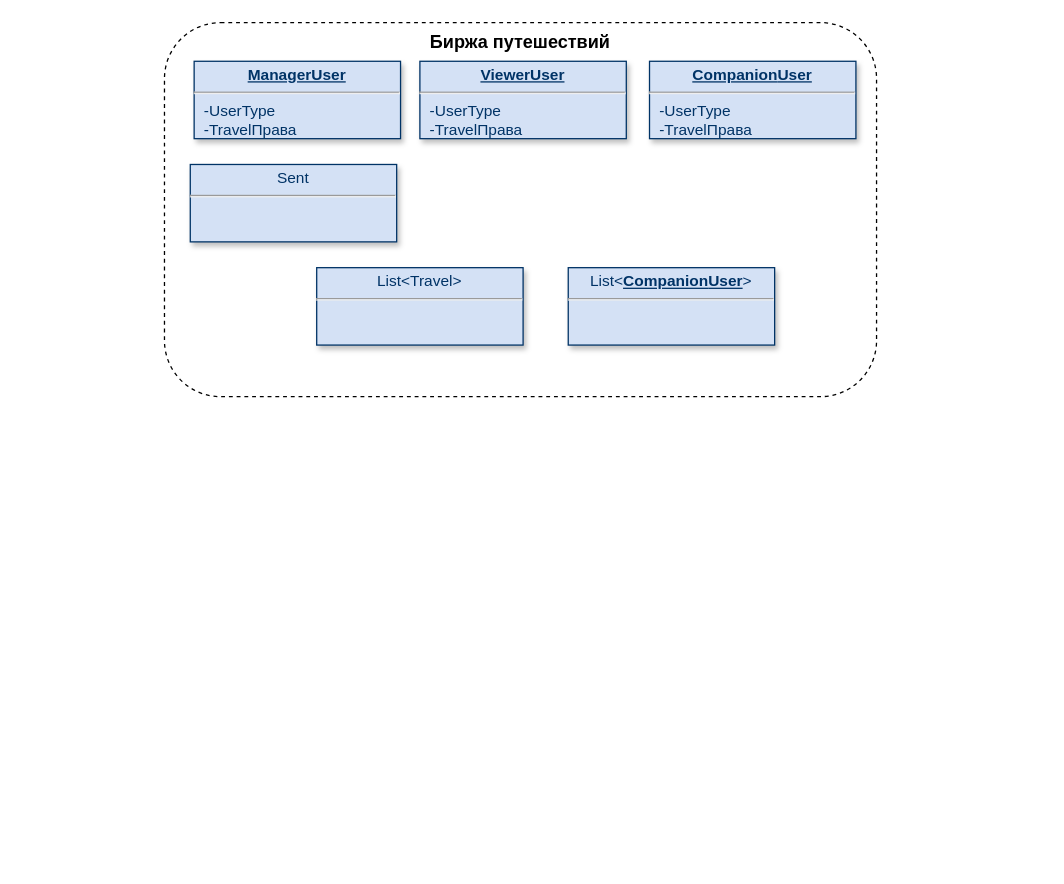
Above: page "TravelExchange" (5 of 7) of Team-Pragmatics-Otus.drawio in AATerekhov/Team-Pragmatics-Otus (draw.io), before the change. Source tidied: cells renumbered, new cells numbered last; positions are measured from the earlier drawing's top-left corner, leaving out a move shared by most shapes. Both pictures are drawn from the tidied source at 129%, with x=0, y=0 at pixel (164, 22).
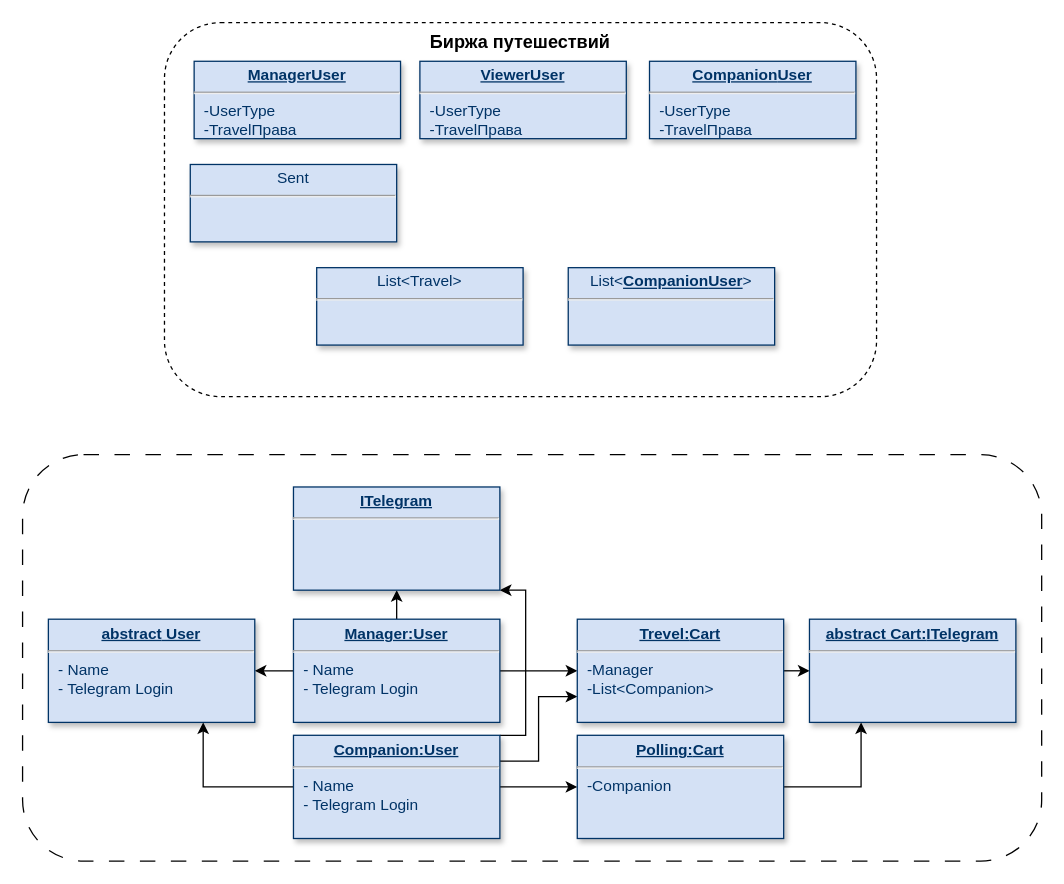
After the change.

Commit message (it also covers changes not shown here):
Telegram-Биржа Team-Pragmatics-Otus.drawio

The edit, as a diff of the source:
```diff
@@
+    <mxCell id="10" style="rounded=1;whiteSpace=wrap;html=1;fillColor=none;dashed=1;dashPattern=12 12;" parent="1" vertex="1">
+      <mxGeometry x="-110" y="335" width="790" height="315" as="geometry" />
+    </mxCell>
+    <mxCell id="11" style="edgeStyle=orthogonalEdgeStyle;rounded=0;jettySize=auto;html=1;" parent="1" edge="1" source="15" target="12">
+      <mxGeometry relative="1" as="geometry" />
+    </mxCell>
+    <mxCell id="12" value="&lt;p style=&quot;text-align: center; margin: 4px 0px 0px;&quot;&gt;&lt;span style=&quot;background-color: initial; text-align: left;&quot;&gt;&lt;b&gt;&lt;u&gt;abstract&lt;/u&gt;&lt;/b&gt;&lt;/span&gt;&lt;b&gt;&lt;u&gt;&amp;nbsp;User&lt;/u&gt;&lt;/b&gt;&lt;/p&gt;&lt;hr&gt;&lt;p style=&quot;margin: 0px; margin-left: 8px;&quot;&gt;&lt;span style=&quot;background-color: initial;&quot;&gt;- Name&lt;/span&gt;&lt;br&gt;&lt;/p&gt;&lt;p style=&quot;margin: 0px; margin-left: 8px;&quot;&gt;- Telegram Login&lt;span style=&quot;background-color: initial;&quot;&gt;&lt;br&gt;&lt;/span&gt;&lt;/p&gt;" style="verticalAlign=top;align=left;overflow=fill;fontSize=12;fontFamily=Helvetica;html=1;strokeColor=#003366;shadow=1;fillColor=#D4E1F5;fontColor=#003366;" parent="1" vertex="1">
+      <mxGeometry x="-90" y="462.5" width="160" height="80" as="geometry" />
+    </mxCell>
+    <mxCell id="13" style="edgeStyle=orthogonalEdgeStyle;rounded=0;jettySize=auto;html=1;" parent="1" edge="1" source="15" target="22">
+      <mxGeometry relative="1" as="geometry" />
+    </mxCell>
+    <mxCell id="14" style="edgeStyle=orthogonalEdgeStyle;rounded=0;jettySize=auto;html=1;exitX=0.5;exitY=0;exitDx=0;exitDy=0;" parent="1" edge="1" source="15" target="24">
+      <mxGeometry relative="1" as="geometry" />
+    </mxCell>
+    <mxCell id="15" value="&lt;p style=&quot;text-align: center; margin: 4px 0px 0px;&quot;&gt;&lt;b&gt;&lt;u&gt;Manager:User&lt;/u&gt;&lt;/b&gt;&lt;/p&gt;&lt;hr&gt;&lt;p style=&quot;margin: 0px; margin-left: 8px;&quot;&gt;&lt;span style=&quot;background-color: initial;&quot;&gt;- Name&lt;/span&gt;&lt;br&gt;&lt;/p&gt;&lt;p style=&quot;margin: 0px; margin-left: 8px;&quot;&gt;- Telegram Login&lt;span style=&quot;background-color: initial;&quot;&gt;&lt;br&gt;&lt;/span&gt;&lt;/p&gt;" style="verticalAlign=top;align=left;overflow=fill;fontSize=12;fontFamily=Helvetica;html=1;strokeColor=#003366;shadow=1;fillColor=#D4E1F5;fontColor=#003366;" parent="1" vertex="1">
+      <mxGeometry x="100" y="462.5" width="160" height="80" as="geometry" />
+    </mxCell>
+    <mxCell id="16" style="edgeStyle=orthogonalEdgeStyle;rounded=0;jettySize=auto;html=1;exitX=0;exitY=0.5;exitDx=0;exitDy=0;entryX=0.75;entryY=1;entryDx=0;entryDy=0;" parent="1" edge="1" source="20" target="12">
+      <mxGeometry relative="1" as="geometry" />
+    </mxCell>
+    <mxCell id="17" style="edgeStyle=orthogonalEdgeStyle;rounded=0;jettySize=auto;html=1;exitX=1;exitY=0.5;exitDx=0;exitDy=0;entryX=0;entryY=0.5;entryDx=0;entryDy=0;" parent="1" edge="1" source="20" target="26">
+      <mxGeometry relative="1" as="geometry" />
+    </mxCell>
+    <mxCell id="18" style="edgeStyle=orthogonalEdgeStyle;rounded=0;jettySize=auto;html=1;exitX=1;exitY=0.25;exitDx=0;exitDy=0;entryX=0;entryY=0.75;entryDx=0;entryDy=0;" parent="1" edge="1" source="20" target="22">
+      <mxGeometry relative="1" as="geometry">
+        <Array as="points">
+          <mxPoint x="290" y="573" />
+          <mxPoint x="290" y="523" />
+        </Array>
+      </mxGeometry>
+    </mxCell>
+    <mxCell id="19" style="edgeStyle=orthogonalEdgeStyle;rounded=0;jettySize=auto;html=1;exitX=1;exitY=0;exitDx=0;exitDy=0;entryX=1;entryY=1;entryDx=0;entryDy=0;" parent="1" edge="1" source="20" target="24">
+      <mxGeometry relative="1" as="geometry">
+        <Array as="points">
+          <mxPoint x="280" y="553" />
+          <mxPoint x="280" y="440" />
+        </Array>
+      </mxGeometry>
+    </mxCell>
+    <mxCell id="20" value="&lt;p style=&quot;text-align: center; margin: 4px 0px 0px;&quot;&gt;&lt;span style=&quot;background-color: initial; text-align: left;&quot;&gt;&lt;b&gt;&lt;u&gt;Сompanion&lt;/u&gt;&lt;/b&gt;&lt;/span&gt;&lt;b&gt;&lt;u&gt;:User&lt;/u&gt;&lt;/b&gt;&lt;/p&gt;&lt;hr&gt;&lt;p style=&quot;margin: 0px; margin-left: 8px;&quot;&gt;&lt;span style=&quot;background-color: initial;&quot;&gt;- Name&lt;/span&gt;&lt;br&gt;&lt;/p&gt;&lt;p style=&quot;margin: 0px; margin-left: 8px;&quot;&gt;- Telegram Login&lt;span style=&quot;background-color: initial;&quot;&gt;&lt;br&gt;&lt;/span&gt;&lt;/p&gt;" style="verticalAlign=top;align=left;overflow=fill;fontSize=12;fontFamily=Helvetica;html=1;strokeColor=#003366;shadow=1;fillColor=#D4E1F5;fontColor=#003366;" parent="1" vertex="1">
+      <mxGeometry x="100" y="552.5" width="160" height="80" as="geometry" />
+    </mxCell>
+    <mxCell id="21" style="edgeStyle=orthogonalEdgeStyle;rounded=0;jettySize=auto;html=1;exitX=1;exitY=0.5;exitDx=0;exitDy=0;entryX=0;entryY=0.5;entryDx=0;entryDy=0;" parent="1" edge="1" source="22" target="23">
+      <mxGeometry relative="1" as="geometry" />
+    </mxCell>
+    <mxCell id="22" value="&lt;p style=&quot;text-align: center; margin: 4px 0px 0px;&quot;&gt;&lt;b&gt;&lt;u&gt;Trevel:&lt;/u&gt;&lt;/b&gt;&lt;b style=&quot;background-color: initial;&quot;&gt;&lt;u&gt;Cart&lt;/u&gt;&lt;/b&gt;&lt;/p&gt;&lt;hr&gt;&lt;p style=&quot;margin: 0px; margin-left: 8px;&quot;&gt;-Manager&lt;/p&gt;&lt;p style=&quot;margin: 0px; margin-left: 8px;&quot;&gt;-List&amp;lt;&lt;span style=&quot;background-color: initial;&quot;&gt;Companion&lt;/span&gt;&lt;span style=&quot;background-color: initial;&quot;&gt;&amp;gt;&lt;/span&gt;&lt;/p&gt;" style="verticalAlign=top;align=left;overflow=fill;fontSize=12;fontFamily=Helvetica;html=1;strokeColor=#003366;shadow=1;fillColor=#D4E1F5;fontColor=#003366;" parent="1" vertex="1">
+      <mxGeometry x="320" y="462.5" width="160" height="80" as="geometry" />
+    </mxCell>
+    <mxCell id="23" value="&lt;p style=&quot;text-align: center; margin: 4px 0px 0px;&quot;&gt;&lt;b&gt;&lt;u&gt;abstract Cart:&lt;/u&gt;&lt;/b&gt;&lt;b style=&quot;background-color: initial;&quot;&gt;&lt;u&gt;ITelegram&lt;/u&gt;&lt;/b&gt;&lt;/p&gt;&lt;hr&gt;&lt;p style=&quot;margin: 0px; margin-left: 8px;&quot;&gt;&lt;br&gt;&lt;/p&gt;" style="verticalAlign=top;align=left;overflow=fill;fontSize=12;fontFamily=Helvetica;html=1;strokeColor=#003366;shadow=1;fillColor=#D4E1F5;fontColor=#003366;" parent="1" vertex="1">
+      <mxGeometry x="500" y="462.5" width="160" height="80" as="geometry" />
+    </mxCell>
+    <mxCell id="24" value="&lt;p style=&quot;text-align: center; margin: 4px 0px 0px;&quot;&gt;&lt;b&gt;&lt;u&gt;ITelegram&lt;/u&gt;&lt;/b&gt;&lt;/p&gt;&lt;hr&gt;&lt;p style=&quot;margin: 0px; margin-left: 8px;&quot;&gt;&lt;br&gt;&lt;/p&gt;" style="verticalAlign=top;align=left;overflow=fill;fontSize=12;fontFamily=Helvetica;html=1;strokeColor=#003366;shadow=1;fillColor=#D4E1F5;fontColor=#003366;" parent="1" vertex="1">
+      <mxGeometry x="100" y="360" width="160" height="80" as="geometry" />
+    </mxCell>
+    <mxCell id="25" style="edgeStyle=orthogonalEdgeStyle;rounded=0;jettySize=auto;html=1;exitX=1;exitY=0.5;exitDx=0;exitDy=0;entryX=0.25;entryY=1;entryDx=0;entryDy=0;" parent="1" edge="1" source="26" target="23">
+      <mxGeometry relative="1" as="geometry" />
+    </mxCell>
+    <mxCell id="26" value="&lt;p style=&quot;text-align: center; margin: 4px 0px 0px;&quot;&gt;&lt;b&gt;&lt;u&gt;Polling:&lt;/u&gt;&lt;/b&gt;&lt;b style=&quot;background-color: initial;&quot;&gt;&lt;u&gt;Cart&lt;/u&gt;&lt;/b&gt;&lt;/p&gt;&lt;hr&gt;&lt;p style=&quot;margin: 0px; margin-left: 8px;&quot;&gt;-Companion&lt;/p&gt;" style="verticalAlign=top;align=left;overflow=fill;fontSize=12;fontFamily=Helvetica;html=1;strokeColor=#003366;shadow=1;fillColor=#D4E1F5;fontColor=#003366;" parent="1" vertex="1">
+      <mxGeometry x="320" y="552.5" width="160" height="80" as="geometry" />
+    </mxCell>
```
